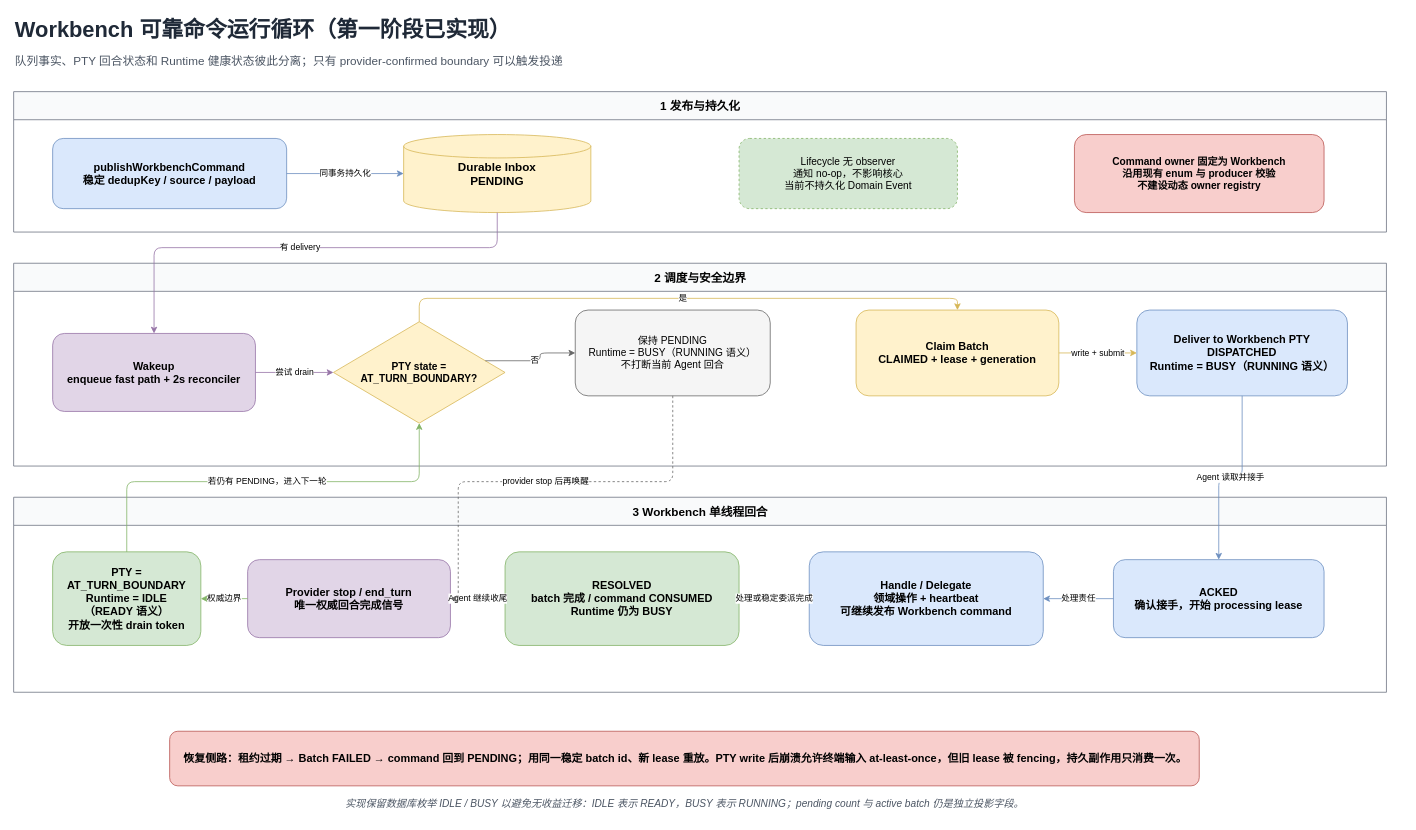
Above: page "02 运行循环" (2 of 2) of docs/diagrams/tower-modular-event-architecture-target.drawio in jp-liu/tower (draw.io), before the change. Source tidied: cells renumbered, new cells numbered last; positions are measured from the earlier drawing's top-left corner, leaving out a move shared by most shapes. Both pictures are drawn from the tidied source at 78%, with x=0, y=0 at pixel (13, 13).
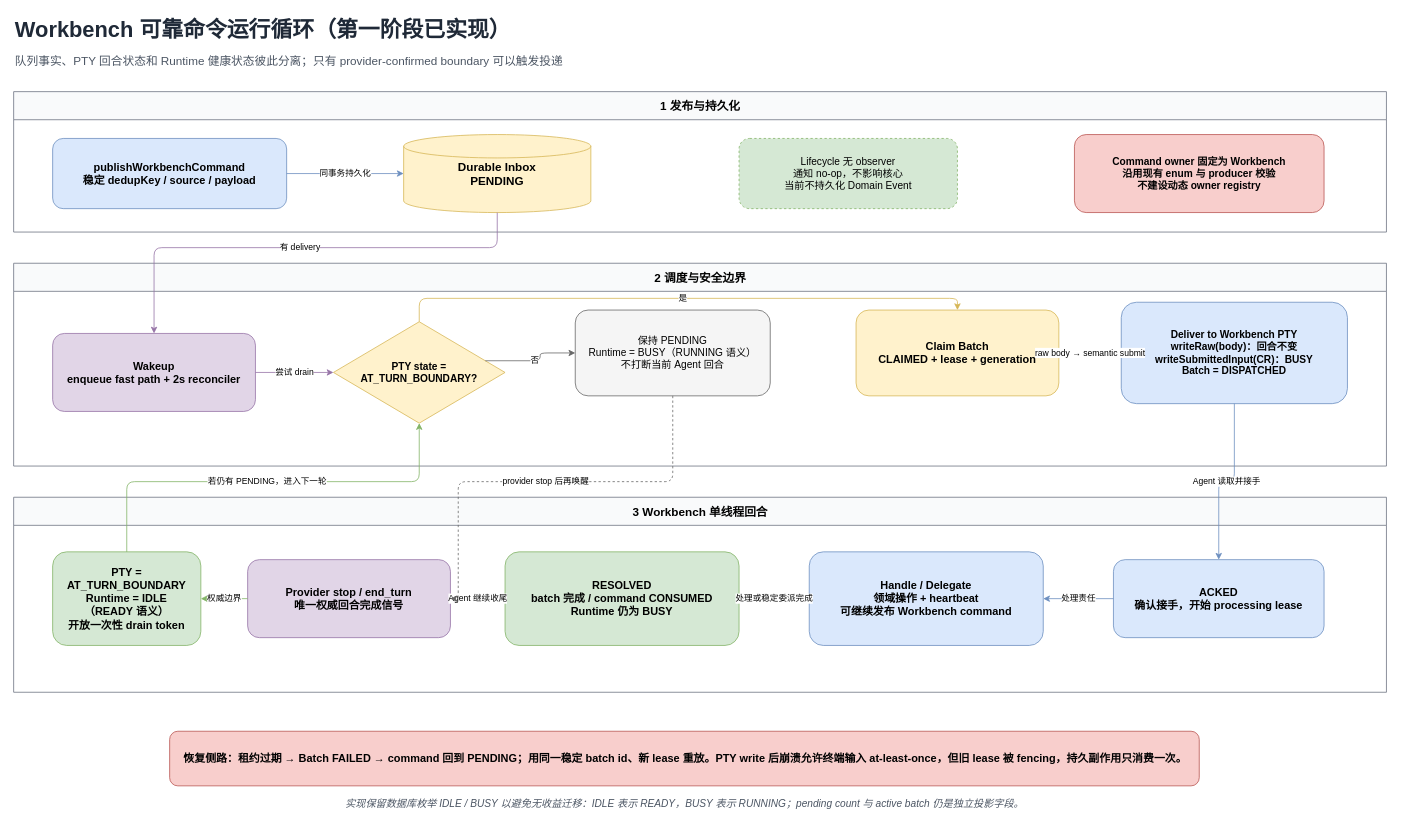
The same diagram, later.

Unchanged cells that the change refers to:
```xml
<mxCell id="9" value="2  调度与安全边界" style="swimlane;startSize=36;rounded=0;html=1;fillColor=#f9fafb;strokeColor=#6b7280;fontStyle=1;fontSize=15;" parent="1" vertex="1">
  <mxGeometry y="320" width="1760" height="260" as="geometry" />
</mxCell>
<mxCell id="13" value="Claim Batch&#10;CLAIMED + lease + generation" style="rounded=1;whiteSpace=wrap;html=1;fillColor=#fff2cc;strokeColor=#d6b656;fontSize=14;fontStyle=1;" parent="9" vertex="1">
  <mxGeometry x="1080" y="60" width="260" height="110" as="geometry" />
</mxCell>
```

The edit, as a diff of the source:
```diff
@@
-    <mxCell id="14" value="Deliver to Workbench PTY&#10;DISPATCHED&#10;Runtime = BUSY（RUNNING 语义）" style="rounded=1;whiteSpace=wrap;html=1;fillColor=#dae8fc;strokeColor=#6c8ebf;fontSize=14;fontStyle=1;" parent="9" vertex="1">
-      <mxGeometry x="1440" y="60" width="270" height="110" as="geometry" />
+    <mxCell id="14" value="Deliver to Workbench PTY&#10;writeRaw(body)：回合不变&#10;writeSubmittedInput(CR)：BUSY&#10;Batch = DISPATCHED" style="rounded=1;whiteSpace=wrap;html=1;fillColor=#dae8fc;strokeColor=#6c8ebf;fontSize=13;fontStyle=1;" parent="9" vertex="1">
+      <mxGeometry x="1420" y="50" width="290" height="130" as="geometry" />
     </mxCell>
@@
-    <mxCell id="28" value="write + submit" style="edgeStyle=orthogonalEdgeStyle;rounded=1;jettySize=auto;html=1;strokeColor=#d6b656;fontSize=11;labelBackgroundColor=#ffffff;exitX=1;exitY=0.5;entryX=0;entryY=0.5;" parent="9" edge="1" source="13" target="14">
+    <mxCell id="28" value="raw body → semantic submit" style="edgeStyle=orthogonalEdgeStyle;rounded=1;jettySize=auto;html=1;strokeColor=#d6b656;fontSize=11;labelBackgroundColor=#ffffff;exitX=1;exitY=0.5;entryX=0;entryY=0.5;" parent="9" edge="1" source="13" target="14">
       <mxGeometry relative="1" as="geometry" />
     </mxCell>
```
